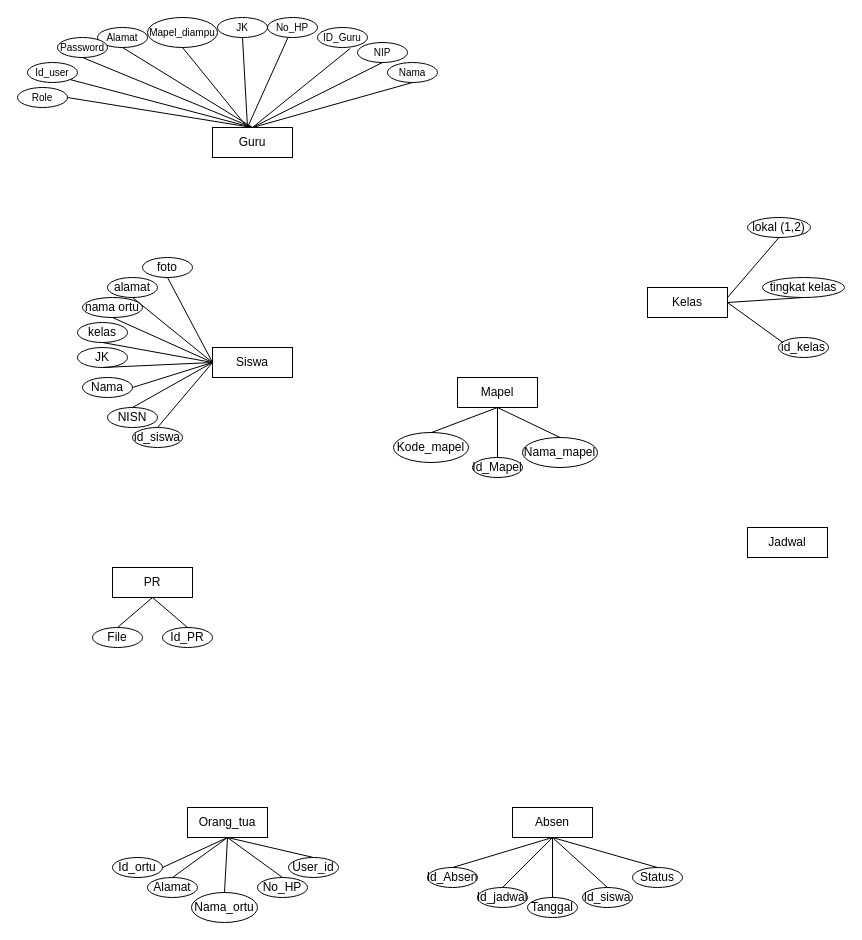
This is page "erd" (1 of 2) of Diagram Tanpa Judul.drawio from bayudani/diagram, a draw.io file, before an edit. Source tidied: cells renumbered, new cells numbered last; positions are measured from the earlier drawing's top-left corner, leaving out a move shared by most shapes. Both pictures are drawn from the tidied source at 100%, with x=0, y=0 at pixel (17, 17).
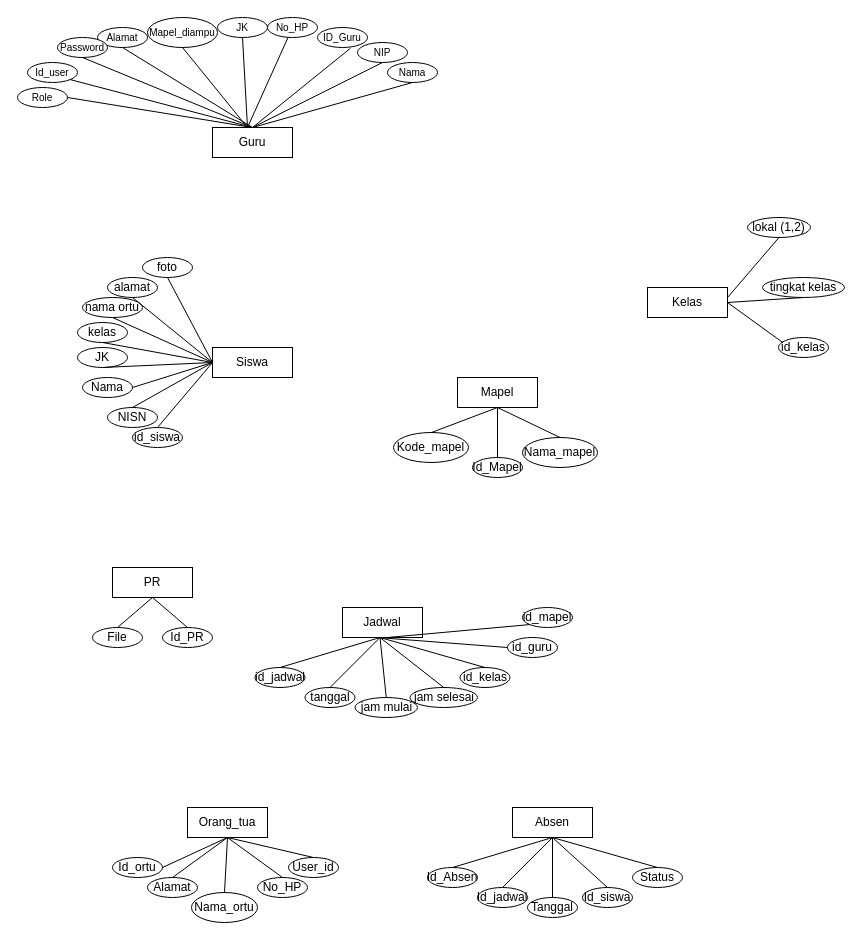
The same page after the edit.

Diff of the diagram source:
```diff
@@
     <mxCell id="5" value="Jadwal" style="rounded=0;whiteSpace=wrap;html=1;" parent="1" vertex="1">
-      <mxGeometry x="730" y="510" width="80" height="30" as="geometry" />
+      <mxGeometry x="325" y="590" width="80" height="30" as="geometry" />
     </mxCell>
@@
+    <mxCell id="82" value="id_jadwal" style="ellipse;whiteSpace=wrap;html=1;" parent="1" vertex="1">
+      <mxGeometry x="237.5" y="650" width="50" height="20" as="geometry" />
+    </mxCell>
@@
+    <mxCell id="83" value="jam selesai" style="ellipse;whiteSpace=wrap;html=1;" parent="1" vertex="1">
+      <mxGeometry x="392.5" y="670" width="67.5" height="20" as="geometry" />
+    </mxCell>
@@
+    <mxCell id="84" value="tanggal" style="ellipse;whiteSpace=wrap;html=1;" parent="1" vertex="1">
+      <mxGeometry x="287.5" y="670" width="50" height="20" as="geometry" />
+    </mxCell>
@@
+    <mxCell id="85" value="jam mulai" style="ellipse;whiteSpace=wrap;html=1;" parent="1" vertex="1">
+      <mxGeometry x="337.5" y="680" width="62.5" height="20" as="geometry" />
+    </mxCell>
@@
+    <mxCell id="86" value="id_kelas" style="ellipse;whiteSpace=wrap;html=1;" parent="1" vertex="1">
+      <mxGeometry x="442.5" y="650" width="50" height="20" as="geometry" />
+    </mxCell>
@@
+    <mxCell id="87" style="endArrow=none;html=1;rounded=0;entryX=0.5;entryY=1;entryDx=0;entryDy=0;exitX=0.5;exitY=0;exitDx=0;exitDy=0;" parent="1" edge="1" source="82">
+      <mxGeometry relative="1" as="geometry">
+        <mxPoint x="362.5" y="620" as="targetPoint" />
+      </mxGeometry>
+    </mxCell>
@@
+    <mxCell id="88" style="endArrow=none;html=1;rounded=0;entryX=0.5;entryY=1;entryDx=0;entryDy=0;exitX=0.5;exitY=0;exitDx=0;exitDy=0;" parent="1" edge="1" source="84">
+      <mxGeometry relative="1" as="geometry">
+        <mxPoint x="362.5" y="620" as="targetPoint" />
+      </mxGeometry>
+    </mxCell>
@@
+    <mxCell id="89" style="endArrow=none;html=1;rounded=0;entryX=0.5;entryY=1;entryDx=0;entryDy=0;exitX=0.5;exitY=0;exitDx=0;exitDy=0;" parent="1" edge="1" source="85">
+      <mxGeometry relative="1" as="geometry">
+        <mxPoint x="362.5" y="620" as="targetPoint" />
+      </mxGeometry>
+    </mxCell>
@@
+    <mxCell id="90" style="endArrow=none;html=1;rounded=0;entryX=0.5;entryY=1;entryDx=0;entryDy=0;exitX=0.5;exitY=0;exitDx=0;exitDy=0;" parent="1" edge="1" source="83">
+      <mxGeometry relative="1" as="geometry">
+        <mxPoint x="362.5" y="620" as="targetPoint" />
+      </mxGeometry>
+    </mxCell>
@@
+    <mxCell id="91" style="endArrow=none;html=1;rounded=0;entryX=0.5;entryY=1;entryDx=0;entryDy=0;exitX=0.5;exitY=0;exitDx=0;exitDy=0;" parent="1" edge="1" source="86">
+      <mxGeometry relative="1" as="geometry">
+        <mxPoint x="362.5" y="620" as="targetPoint" />
+      </mxGeometry>
+    </mxCell>
@@
+    <mxCell id="92" style="endArrow=none;html=1;rounded=0;exitX=0;exitY=0.5;exitDx=0;exitDy=0;" parent="1" edge="1" source="94">
+      <mxGeometry relative="1" as="geometry">
+        <mxPoint x="360" y="620" as="targetPoint" />
+      </mxGeometry>
+    </mxCell>
+    <mxCell id="93" value="id_mapel" style="ellipse;whiteSpace=wrap;html=1;" parent="1" vertex="1">
+      <mxGeometry x="505" y="590" width="50" height="20" as="geometry" />
+    </mxCell>
+    <mxCell id="94" value="id_guru" style="ellipse;whiteSpace=wrap;html=1;" parent="1" vertex="1">
+      <mxGeometry x="490" y="620" width="50" height="20" as="geometry" />
+    </mxCell>
+    <mxCell id="95" style="endArrow=none;html=1;rounded=0;exitX=0;exitY=1;exitDx=0;exitDy=0;" parent="1" edge="1" source="93">
+      <mxGeometry relative="1" as="geometry">
+        <mxPoint x="370" y="620" as="targetPoint" />
+      </mxGeometry>
+    </mxCell>
```
